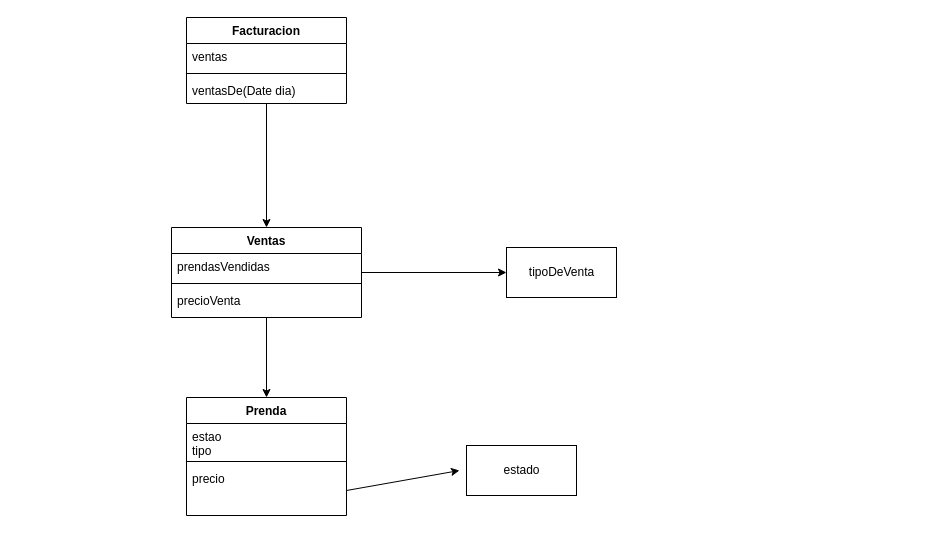
The draw.io diagram Diagrama.drawio in lisandro-iraguen/dds, before the edit. Source tidied: cells renumbered, new cells numbered last; positions are measured from the earlier drawing's top-left corner, leaving out a move shared by most shapes. Both pictures are drawn from the tidied source at 100%, with x=0, y=0 at pixel (171, 17).
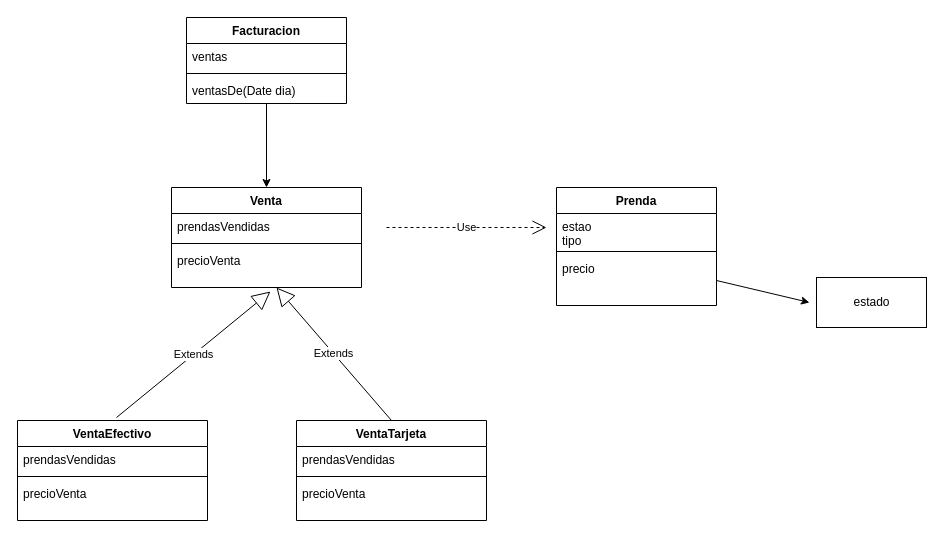
The same page after the edit.

Diff of the diagram source:
```diff
@@
-    <mxCell id="8" style="edgeStyle=none;html=1;entryX=0;entryY=0.5;entryDx=0;entryDy=0;" parent="1" edge="1" source="10" target="15">
-      <mxGeometry relative="1" as="geometry" />
-    </mxCell>
-    <mxCell id="9" style="edgeStyle=none;html=1;" parent="1" edge="1" source="10" target="16">
-      <mxGeometry relative="1" as="geometry" />
-    </mxCell>
-    <mxCell id="10" value="Ventas" style="swimlane;fontStyle=1;align=center;verticalAlign=top;horizontal=1;startSize=26;" parent="1" vertex="1">
-      <mxGeometry y="210" width="190" height="90" as="geometry" />
+    <mxCell id="10" value="Venta" style="swimlane;fontStyle=1;align=center;verticalAlign=top;horizontal=1;startSize=26;" parent="1" vertex="1">
+      <mxGeometry y="170" width="190" height="100" as="geometry" />
     </mxCell>
@@
     <mxCell id="13" value="precioVenta" style="text;strokeColor=none;fillColor=none;align=left;verticalAlign=top;spacingLeft=4;spacingRight=4;overflow=hidden;points=[[0,0.5],[1,0.5]];portConstraint=eastwest;" parent="10" vertex="1">
-      <mxGeometry y="60" width="190" height="30" as="geometry" />
+      <mxGeometry y="60" width="190" height="40" as="geometry" />
     </mxCell>
     <mxCell id="14" value="estado" style="html=1;" parent="1" vertex="1">
-      <mxGeometry x="295" y="428" width="110" height="50" as="geometry" />
+      <mxGeometry x="645" y="260" width="110" height="50" as="geometry" />
     </mxCell>
-    <mxCell id="15" value="tipoDeVenta" style="html=1;" parent="1" vertex="1">
-      <mxGeometry x="335" y="230" width="110" height="50" as="geometry" />
-    </mxCell>
     <mxCell id="16" value="Prenda&#10;" style="swimlane;fontStyle=1;align=center;verticalAlign=top;horizontal=1;startSize=26;" parent="1" vertex="1">
-      <mxGeometry x="15" y="380" width="160" height="118" as="geometry" />
+      <mxGeometry x="385" y="170" width="160" height="118" as="geometry" />
     </mxCell>
@@
+    <mxCell id="20" value="VentaEfectivo" style="swimlane;fontStyle=1;align=center;verticalAlign=top;horizontal=1;startSize=26;" parent="1" vertex="1">
+      <mxGeometry x="-154" y="403" width="190" height="100" as="geometry" />
+    </mxCell>
+    <mxCell id="21" value="prendasVendidas&#10;" style="text;strokeColor=none;fillColor=none;align=left;verticalAlign=top;spacingLeft=4;spacingRight=4;overflow=hidden;" parent="20" vertex="1">
+      <mxGeometry y="26" width="190" height="26" as="geometry" />
+    </mxCell>
+    <mxCell id="22" style="line;strokeWidth=1;fillColor=none;align=left;verticalAlign=middle;spacingTop=-1;spacingLeft=3;spacingRight=3;labelPosition=right;" parent="20" vertex="1">
+      <mxGeometry y="52" width="190" height="8" as="geometry" />
+    </mxCell>
+    <mxCell id="23" value="precioVenta" style="text;strokeColor=none;fillColor=none;align=left;verticalAlign=top;spacingLeft=4;spacingRight=4;overflow=hidden;" parent="20" vertex="1">
+      <mxGeometry y="60" width="190" height="40" as="geometry" />
+    </mxCell>
+    <mxCell id="24" value="VentaTarjeta" style="swimlane;fontStyle=1;align=center;verticalAlign=top;horizontal=1;startSize=26;" parent="1" vertex="1">
+      <mxGeometry x="125" y="403" width="190" height="100" as="geometry" />
+    </mxCell>
+    <mxCell id="25" value="prendasVendidas&#10;" style="text;strokeColor=none;fillColor=none;align=left;verticalAlign=top;spacingLeft=4;spacingRight=4;overflow=hidden;" parent="24" vertex="1">
+      <mxGeometry y="26" width="190" height="26" as="geometry" />
+    </mxCell>
+    <mxCell id="26" style="line;strokeWidth=1;fillColor=none;align=left;verticalAlign=middle;spacingTop=-1;spacingLeft=3;spacingRight=3;labelPosition=right;" parent="24" vertex="1">
+      <mxGeometry y="52" width="190" height="8" as="geometry" />
+    </mxCell>
+    <mxCell id="27" value="precioVenta" style="text;strokeColor=none;fillColor=none;align=left;verticalAlign=top;spacingLeft=4;spacingRight=4;overflow=hidden;" parent="24" vertex="1">
+      <mxGeometry y="60" width="190" height="40" as="geometry" />
+    </mxCell>
+    <mxCell id="28" value="Extends" style="endArrow=block;endSize=16;endFill=0;html=1;entryX=0.521;entryY=1.1;entryDx=0;entryDy=0;entryPerimeter=0;" parent="1" edge="1" target="13">
+      <mxGeometry relative="1" as="geometry">
+        <mxPoint x="-55" y="400" as="sourcePoint" />
+      </mxGeometry>
+    </mxCell>
+    <mxCell id="29" value="Extends" style="endArrow=block;endSize=16;endFill=0;html=1;exitX=0.5;exitY=0;exitDx=0;exitDy=0;" parent="1" edge="1" source="24">
+      <mxGeometry relative="1" as="geometry">
+        <mxPoint x="105" y="270" as="targetPoint" />
+      </mxGeometry>
+    </mxCell>
+    <mxCell id="30" value="Use" style="endArrow=open;endSize=12;dashed=1;html=1;" parent="1" edge="1">
+      <mxGeometry relative="1" as="geometry">
+        <mxPoint x="215" y="210" as="sourcePoint" />
+        <mxPoint x="375" y="210" as="targetPoint" />
+      </mxGeometry>
+    </mxCell>
```
